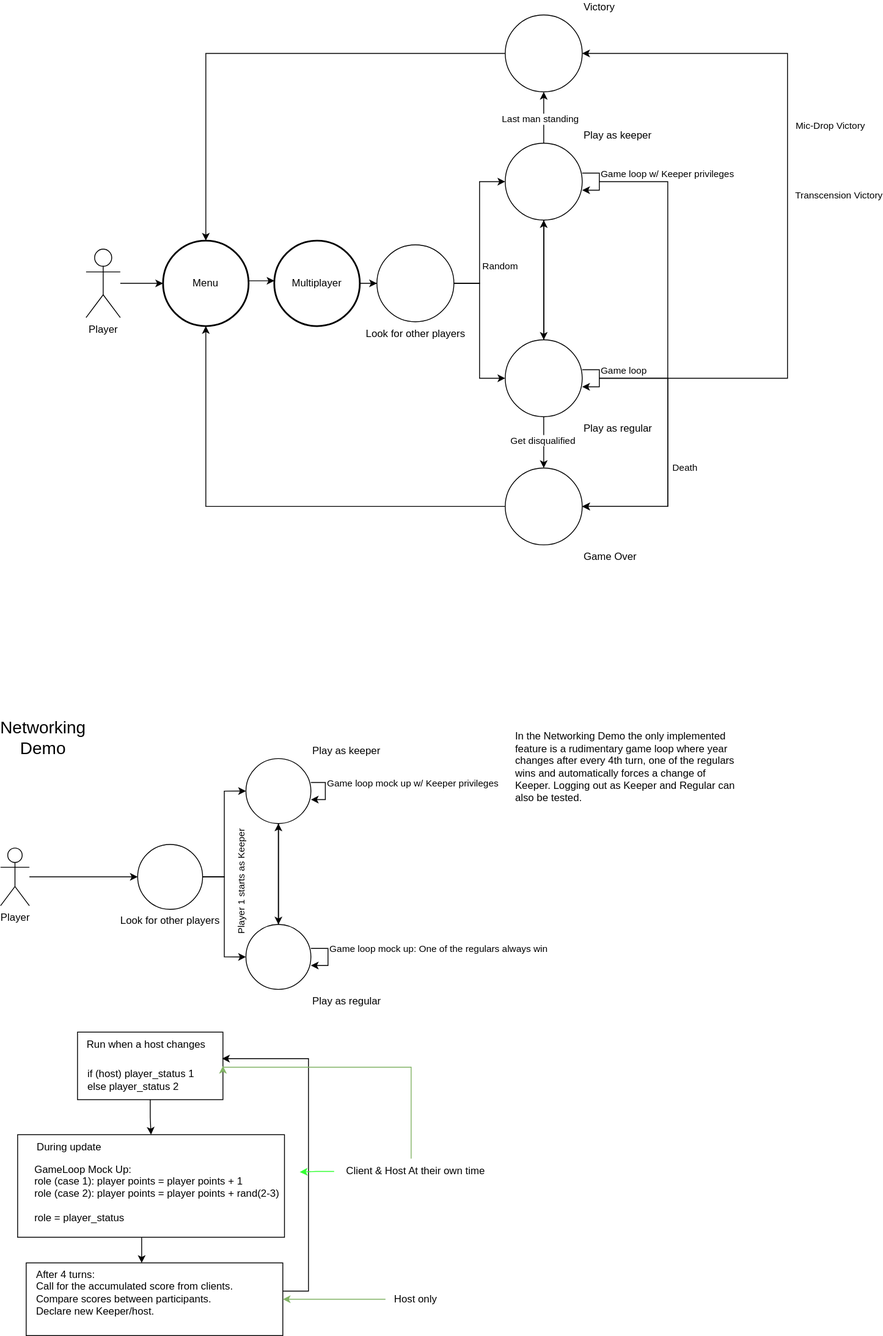
Earlier version of the draw.io export TheProspector/Assets/Schematics/Use_case.svg (SakuNurmiranta/TheProspector). Source tidied: cells renumbered, new cells last; positions are measured from the earlier drawing's top-left corner, leaving out a move shared by most shapes.
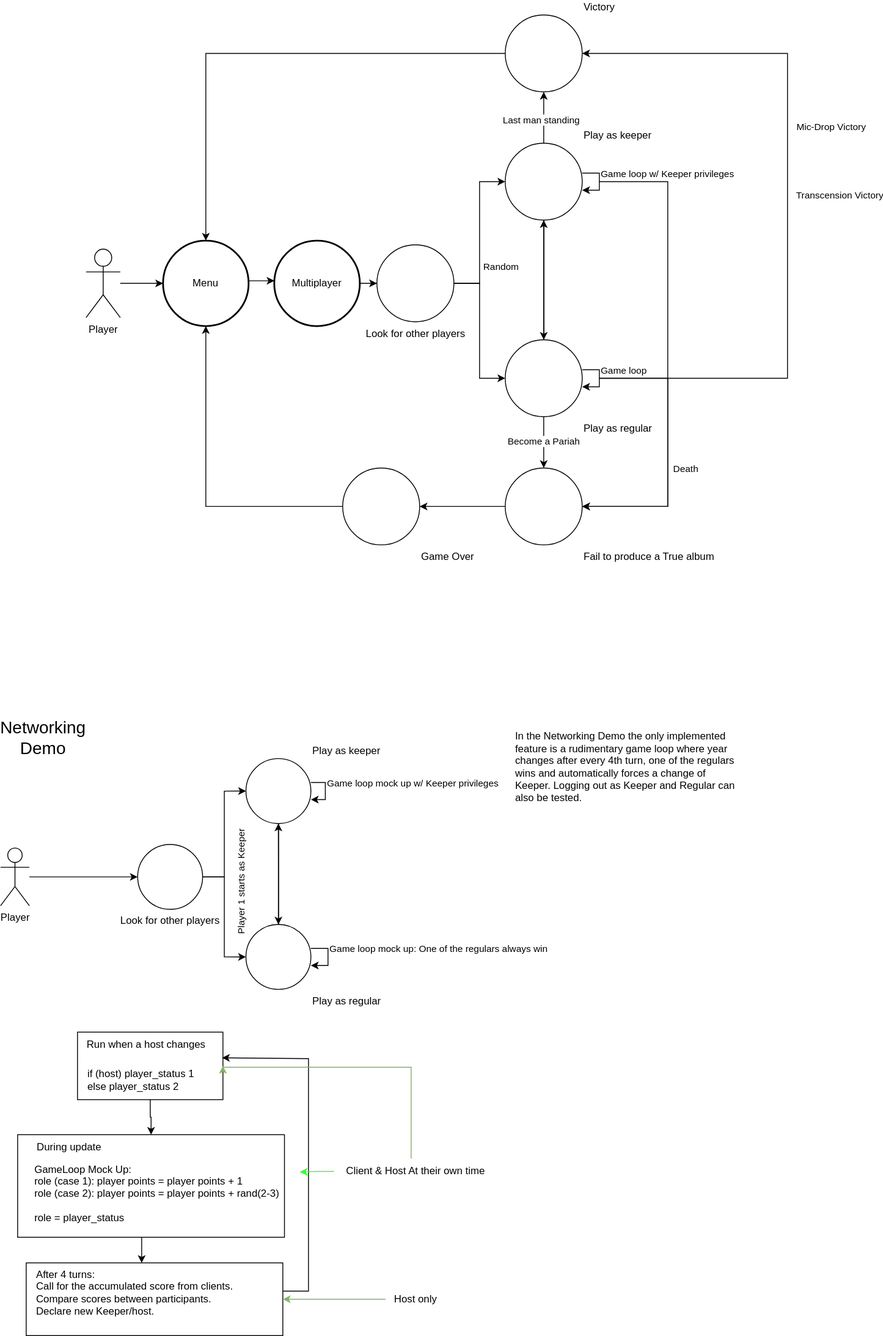
After the change.

The edit, as a diff of the source:
```diff
@@ -81,7 +81,7 @@
         <mxPoint x="17" y="258" as="offset" />
       </mxGeometry>
     </mxCell>
-    <mxCell id="19" value="Game Over" style="verticalLabelPosition=bottom;verticalAlign=top;html=1;shape=mxgraph.flowchart.on-page_reference;labelPosition=right;align=left;" parent="1" vertex="1">
+    <mxCell id="19" value="Fail to produce a True album" style="verticalLabelPosition=bottom;verticalAlign=top;html=1;shape=mxgraph.flowchart.on-page_reference;labelPosition=right;align=left;" parent="1" vertex="1">
       <mxGeometry x="590" y="530" width="90" height="90" as="geometry" />
     </mxCell>
     <mxCell id="20" value="Victory" style="verticalLabelPosition=top;verticalAlign=bottom;html=1;shape=mxgraph.flowchart.on-page_reference;labelPosition=right;align=left;" parent="1" vertex="1">
@@ -90,10 +90,10 @@
     <mxCell id="21" style="edgeStyle=orthogonalEdgeStyle;rounded=0;jettySize=auto;html=1;entryX=0.5;entryY=0;entryDx=0;entryDy=0;entryPerimeter=0;" parent="1" edge="1" source="13" target="19">
       <mxGeometry relative="1" as="geometry" />
     </mxCell>
-    <mxCell id="22" value="Get disqualified" style="edgeLabel;html=1;align=center;verticalAlign=middle;" parent="21" vertex="1">
+    <mxCell id="22" value="Become a Pariah" style="edgeLabel;html=1;align=center;verticalAlign=middle;" parent="21" vertex="1">
       <mxGeometry x="-0.07" y="-1" relative="1" as="geometry" />
     </mxCell>
-    <mxCell id="23" style="edgeStyle=orthogonalEdgeStyle;rounded=0;jettySize=auto;html=1;" parent="1" edge="1" source="19" target="30">
+    <mxCell id="23" style="edgeStyle=orthogonalEdgeStyle;rounded=0;jettySize=auto;html=1;" parent="1" edge="1" source="19" target="69">
       <mxGeometry relative="1" as="geometry" />
     </mxCell>
     <mxCell id="24" style="edgeStyle=orthogonalEdgeStyle;rounded=0;jettySize=auto;html=1;entryX=0.5;entryY=1;entryDx=0;entryDy=0;entryPerimeter=0;" parent="1" edge="1" source="8" target="20">
@@ -259,5 +259,11 @@
     <mxCell id="67" value="Host only" style="text;html=1;align=center;verticalAlign=middle;points=[];strokeColor=none;fillColor=none;" parent="1" vertex="1">
       <mxGeometry x="450" y="1487.5" width="70" height="30" as="geometry" />
     </mxCell>
+    <mxCell id="68" style="edgeStyle=orthogonalEdgeStyle;rounded=0;jettySize=auto;html=1;" parent="1" edge="1" source="69" target="30">
+      <mxGeometry relative="1" as="geometry" />
+    </mxCell>
+    <mxCell id="69" value="Game Over" style="verticalLabelPosition=bottom;verticalAlign=top;html=1;shape=mxgraph.flowchart.on-page_reference;labelPosition=right;align=left;" parent="1" vertex="1">
+      <mxGeometry x="400" y="530" width="90" height="90" as="geometry" />
+    </mxCell>
   </root>
 </mxGraphModel>
```
